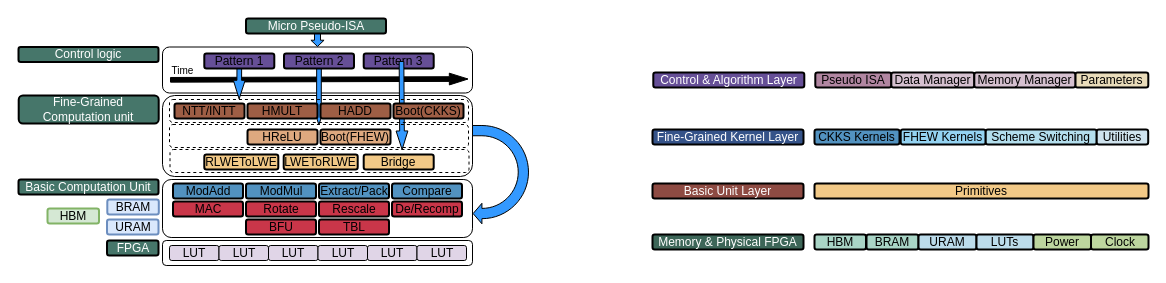
Earlier version of the draw.io diagram DAC overall architecture.drawio (ZKY6662017/iodraw-files). Source tidied: cells renumbered, new cells numbered last; positions are measured from the earlier drawing's top-left corner, leaving out a move shared by most shapes. Both pictures are drawn from the tidied source at 100%, with x=0, y=0 at pixel (18, 18).
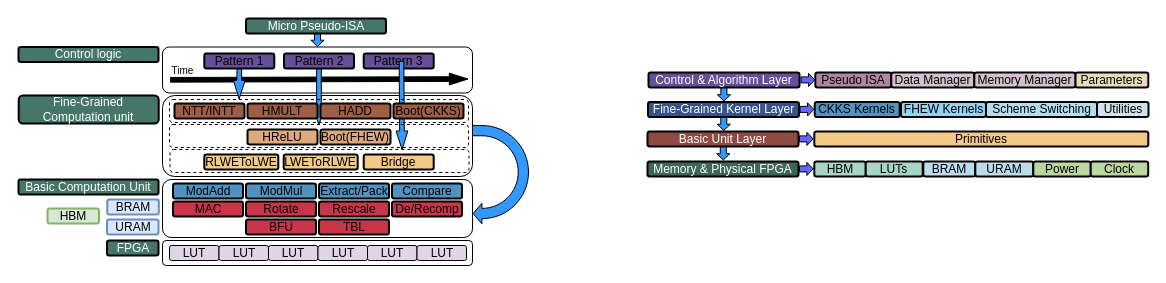
The same diagram, later.

What changed in the source:
```diff
@@
     <mxCell id="52" value="Memory &amp;amp; Physical FPGA" style="rounded=1;whiteSpace=wrap;html=1;fontStyle=0;strokeWidth=2;strokeColor=#000000;fillColor=#3D6658;fontColor=#FFFFFF;" parent="1" vertex="1">
-      <mxGeometry x="634" y="216" width="151" height="15" as="geometry" />
+      <mxGeometry x="629" y="143" width="151" height="15" as="geometry" />
     </mxCell>
     <mxCell id="53" value="Basic Unit Layer" style="rounded=1;whiteSpace=wrap;html=1;fontStyle=0;strokeWidth=2;strokeColor=#000000;fillColor=#8E4B43;fontColor=#FFFFFF;" parent="1" vertex="1">
-      <mxGeometry x="634" y="165" width="151" height="15" as="geometry" />
+      <mxGeometry x="629" y="113" width="151" height="15" as="geometry" />
     </mxCell>
     <mxCell id="54" value="Fine-Grained Kernel Layer" style="rounded=1;whiteSpace=wrap;html=1;fontStyle=0;strokeWidth=2;strokeColor=#000000;fillColor=#355389;fontColor=#FFFFFF;" parent="1" vertex="1">
-      <mxGeometry x="634" y="111" width="151" height="15" as="geometry" />
+      <mxGeometry x="629.5" y="83.5" width="151" height="15" as="geometry" />
     </mxCell>
     <mxCell id="55" value="Control &amp;amp; Algorithm Layer" style="rounded=1;whiteSpace=wrap;html=1;fontStyle=0;strokeWidth=2;strokeColor=#000000;fillColor=#664F97;fontColor=#FFFFFF;" parent="1" vertex="1">
-      <mxGeometry x="634.8" y="54" width="151" height="15" as="geometry" />
+      <mxGeometry x="630" y="54" width="151" height="15" as="geometry" />
     </mxCell>
     <mxCell id="56" value="HBM" style="rounded=1;whiteSpace=wrap;html=1;strokeColor=#000000;fillColor=#A9D5C6;fontStyle=0;strokeWidth=2;" parent="1" vertex="1">
-      <mxGeometry x="796" y="216" width="51.5" height="15" as="geometry" />
+      <mxGeometry x="795.8" y="143" width="51.5" height="15" as="geometry" />
     </mxCell>
-    <mxCell id="57" value="BRAM" style="rounded=1;whiteSpace=wrap;html=1;strokeColor=#000000;fillColor=#A9D5C6;fontStyle=0;strokeWidth=2;" parent="1" vertex="1">
-      <mxGeometry x="848" y="216" width="52" height="15" as="geometry" />
+    <mxCell id="57" value="BRAM" style="rounded=1;whiteSpace=wrap;html=1;strokeColor=#000000;fillColor=#BCDCEB;fontStyle=0;strokeWidth=2;" parent="1" vertex="1">
+      <mxGeometry x="904.8" y="143" width="52" height="15" as="geometry" />
     </mxCell>
     <mxCell id="58" value="URAM" style="rounded=1;whiteSpace=wrap;html=1;strokeColor=#000000;fillColor=#BCDCEB;fontStyle=0;strokeWidth=2;" parent="1" vertex="1">
-      <mxGeometry x="900" y="216" width="58" height="15" as="geometry" />
+      <mxGeometry x="956.8" y="143" width="58" height="15" as="geometry" />
     </mxCell>
-    <mxCell id="59" value="LUTs" style="rounded=1;whiteSpace=wrap;html=1;strokeColor=#000000;fillColor=#BCDCEB;fontStyle=0;strokeWidth=2;" parent="1" vertex="1">
-      <mxGeometry x="958" y="216" width="57" height="15" as="geometry" />
+    <mxCell id="59" value="LUTs" style="rounded=1;whiteSpace=wrap;html=1;strokeColor=#000000;fillColor=#A9D5C6;fontStyle=0;strokeWidth=2;" parent="1" vertex="1">
+      <mxGeometry x="847.2" y="143" width="57" height="15" as="geometry" />
     </mxCell>
     <mxCell id="60" value="Primitives" style="rounded=1;whiteSpace=wrap;html=1;strokeColor=#000000;fillColor=#F2C987;fontStyle=0;strokeWidth=2;" parent="1" vertex="1">
-      <mxGeometry x="796" y="165" width="334" height="15" as="geometry" />
+      <mxGeometry x="795.8" y="113" width="334" height="15" as="geometry" />
     </mxCell>
     <mxCell id="61" value="CKKS Kernels" style="rounded=1;whiteSpace=wrap;html=1;strokeColor=#000000;fillColor=#5292C0;fontStyle=0;strokeWidth=2;" parent="1" vertex="1">
-      <mxGeometry x="796" y="111" width="85" height="15" as="geometry" />
+      <mxGeometry x="796.2" y="83.5" width="85" height="15" as="geometry" />
     </mxCell>
     <mxCell id="62" value="FHEW Kernels" style="rounded=1;whiteSpace=wrap;html=1;strokeColor=#000000;fillColor=#94D3F2;fontStyle=0;strokeWidth=2;" parent="1" vertex="1">
-      <mxGeometry x="882.2" y="111" width="85" height="15" as="geometry" />
+      <mxGeometry x="882.5" y="83.5" width="85" height="15" as="geometry" />
     </mxCell>
     <mxCell id="63" value="Scheme Switching" style="rounded=1;whiteSpace=wrap;html=1;strokeColor=#000000;fillColor=#B3DEED;fontStyle=0;strokeWidth=2;" parent="1" vertex="1">
-      <mxGeometry x="967.2" y="111" width="111" height="15" as="geometry" />
+      <mxGeometry x="967.5" y="83.5" width="111" height="15" as="geometry" />
     </mxCell>
@@
     <mxCell id="68" value="Utilities" style="rounded=1;whiteSpace=wrap;html=1;strokeColor=#000000;fillColor=#CFE3EE;fontStyle=0;strokeWidth=2;" parent="1" vertex="1">
-      <mxGeometry x="1078.2" y="111" width="51.5" height="15" as="geometry" />
+      <mxGeometry x="1078.5" y="83.5" width="51.5" height="15" as="geometry" />
     </mxCell>
     <mxCell id="69" value="Power" style="rounded=1;whiteSpace=wrap;html=1;strokeColor=#000000;fillColor=#BDD69F;fontStyle=0;strokeWidth=2;" parent="1" vertex="1">
-      <mxGeometry x="1015" y="216" width="57.5" height="15" as="geometry" />
+      <mxGeometry x="1014.8" y="143" width="57.5" height="15" as="geometry" />
     </mxCell>
     <mxCell id="70" value="Clock" style="rounded=1;whiteSpace=wrap;html=1;strokeColor=#000000;fillColor=#BDD69F;fontStyle=0;strokeWidth=2;" parent="1" vertex="1">
-      <mxGeometry x="1072.5" y="216" width="57.5" height="15" as="geometry" />
+      <mxGeometry x="1072.2" y="143" width="57.5" height="15" as="geometry" />
     </mxCell>
+    <mxCell id="71" style="shape=flexArrow;endArrow=classic;html=1;rounded=0;width=6.027397260273973;endSize=1.7589041095890412;endWidth=6.111111111111111;fillColor=#3399FF;entryX=0.5;entryY=0;entryDx=0;entryDy=0;exitX=0.5;exitY=1;exitDx=0;exitDy=0;" parent="1" edge="1">
+      <mxGeometry relative="1" as="geometry">
+        <mxPoint x="705.3" y="98.5" as="sourcePoint" />
+        <mxPoint x="705.3" y="112.5" as="targetPoint" />
+      </mxGeometry>
+    </mxCell>
+    <mxCell id="72" style="shape=flexArrow;endArrow=classic;html=1;rounded=0;width=6.027397260273973;endSize=1.7589041095890412;endWidth=6.111111111111111;fillColor=#3399FF;entryX=0.5;entryY=0;entryDx=0;entryDy=0;exitX=0.5;exitY=1;exitDx=0;exitDy=0;" parent="1" edge="1">
+      <mxGeometry relative="1" as="geometry">
+        <mxPoint x="705.4" y="69" as="sourcePoint" />
+        <mxPoint x="705.4" y="83" as="targetPoint" />
+      </mxGeometry>
+    </mxCell>
+    <mxCell id="73" style="shape=flexArrow;endArrow=classic;html=1;rounded=0;width=6.027397260273973;endSize=1.7589041095890412;endWidth=6.111111111111111;fillColor=#3399FF;entryX=0.5;entryY=0;entryDx=0;entryDy=0;" parent="1" edge="1">
+      <mxGeometry relative="1" as="geometry">
+        <mxPoint x="704.8" y="128" as="sourcePoint" />
+        <mxPoint x="704.8" y="142" as="targetPoint" />
+      </mxGeometry>
+    </mxCell>
+    <mxCell id="74" style="shape=flexArrow;endArrow=classic;html=1;rounded=0;width=6.027397260273973;endSize=1.7589041095890412;endWidth=6.111111111111111;fillColor=#6666FF;entryX=0.5;entryY=0;entryDx=0;entryDy=0;" parent="1" edge="1">
+      <mxGeometry relative="1" as="geometry">
+        <mxPoint x="782" y="61.4" as="sourcePoint" />
+        <mxPoint x="796.8" y="61.4" as="targetPoint" />
+      </mxGeometry>
+    </mxCell>
+    <mxCell id="75" style="shape=flexArrow;endArrow=classic;html=1;rounded=0;width=6.027397260273973;endSize=1.7589041095890412;endWidth=6.111111111111111;fillColor=#6666FF;entryX=0.5;entryY=0;entryDx=0;entryDy=0;" parent="1" edge="1">
+      <mxGeometry relative="1" as="geometry">
+        <mxPoint x="781" y="90.9" as="sourcePoint" />
+        <mxPoint x="795.8" y="90.9" as="targetPoint" />
+      </mxGeometry>
+    </mxCell>
+    <mxCell id="76" style="shape=flexArrow;endArrow=classic;html=1;rounded=0;width=6.027397260273973;endSize=1.7589041095890412;endWidth=6.111111111111111;fillColor=#6666FF;entryX=0.5;entryY=0;entryDx=0;entryDy=0;" parent="1" edge="1">
+      <mxGeometry relative="1" as="geometry">
+        <mxPoint x="780.5" y="120.4" as="sourcePoint" />
+        <mxPoint x="795.2" y="120.4" as="targetPoint" />
+      </mxGeometry>
+    </mxCell>
+    <mxCell id="77" style="shape=flexArrow;endArrow=classic;html=1;rounded=0;width=6.027397260273973;endSize=1.7589041095890412;endWidth=6.111111111111111;fillColor=#6666FF;entryX=0.5;entryY=0;entryDx=0;entryDy=0;" parent="1" edge="1">
+      <mxGeometry relative="1" as="geometry">
+        <mxPoint x="780.5" y="150.4" as="sourcePoint" />
+        <mxPoint x="795.2" y="150.4" as="targetPoint" />
+      </mxGeometry>
+    </mxCell>
```
